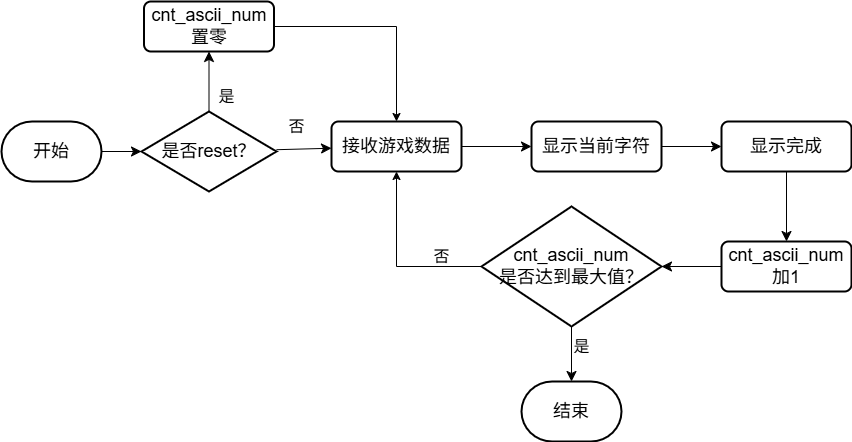
Before: show_game_1_2.png, a diagram exported from draw.io (maple-m117/bysj_etc.). Source tidied: cells renumbered, new cells last; positions are measured from the earlier drawing's top-left corner, leaving out a move shared by most shapes. Source of this version:
```xml
<mxGraphModel>
  <root>
    <mxCell id="0" />
    <mxCell id="1" parent="0" />
    <mxCell id="2" style="edgeStyle=none;curved=1;rounded=1;jettySize=auto;html=1;fontSize=12;startSize=8;endSize=8;labelBackgroundColor=none;fontColor=default;" parent="1" edge="1" source="3" target="15">
      <mxGeometry relative="1" as="geometry" />
    </mxCell>
    <mxCell id="3" value="&lt;font style=&quot;font-size: 18px;&quot;&gt;开始&lt;/font&gt;" style="strokeWidth=2;html=1;shape=mxgraph.flowchart.terminator;whiteSpace=wrap;labelBackgroundColor=none;rounded=1;" parent="1" vertex="1">
      <mxGeometry y="120" width="100" height="60" as="geometry" />
    </mxCell>
    <mxCell id="4" style="edgeStyle=none;curved=1;rounded=1;jettySize=auto;html=1;fontSize=12;startSize=8;endSize=8;labelBackgroundColor=none;fontColor=default;" parent="1" edge="1" source="5" target="7">
      <mxGeometry relative="1" as="geometry" />
    </mxCell>
    <mxCell id="5" value="&lt;font style=&quot;font-size: 18px;&quot;&gt;接收游戏数据&lt;/font&gt;" style="rounded=1;whiteSpace=wrap;html=1;absoluteArcSize=1;arcSize=14;strokeWidth=2;labelBackgroundColor=none;" parent="1" vertex="1">
      <mxGeometry x="330" y="120" width="130" height="50" as="geometry" />
    </mxCell>
    <mxCell id="6" style="edgeStyle=none;curved=1;rounded=1;jettySize=auto;html=1;fontSize=12;startSize=8;endSize=8;labelBackgroundColor=none;fontColor=default;" parent="1" edge="1" source="7" target="9">
      <mxGeometry relative="1" as="geometry" />
    </mxCell>
    <mxCell id="7" value="&lt;font style=&quot;font-size: 18px;&quot;&gt;显示当前字符&lt;/font&gt;" style="rounded=1;whiteSpace=wrap;html=1;absoluteArcSize=1;arcSize=14;strokeWidth=2;labelBackgroundColor=none;" parent="1" vertex="1">
      <mxGeometry x="530" y="120" width="130" height="50" as="geometry" />
    </mxCell>
    <mxCell id="8" style="edgeStyle=none;curved=1;rounded=1;jettySize=auto;html=1;fontSize=12;startSize=8;endSize=8;labelBackgroundColor=none;fontColor=default;" parent="1" edge="1" source="9" target="11">
      <mxGeometry relative="1" as="geometry" />
    </mxCell>
    <mxCell id="9" value="&lt;span style=&quot;font-size: 18px;&quot;&gt;显示完成&lt;/span&gt;" style="rounded=1;whiteSpace=wrap;html=1;absoluteArcSize=1;arcSize=14;strokeWidth=2;labelBackgroundColor=none;" parent="1" vertex="1">
      <mxGeometry x="720" y="120" width="130" height="50" as="geometry" />
    </mxCell>
    <mxCell id="10" style="edgeStyle=none;curved=1;rounded=1;jettySize=auto;html=1;fontSize=12;startSize=8;endSize=8;" parent="1" edge="1" source="11" target="22">
      <mxGeometry relative="1" as="geometry" />
    </mxCell>
    <mxCell id="11" value="&lt;font style=&quot;font-size: 18px;&quot;&gt;cnt_ascii_num加1&lt;/font&gt;" style="rounded=1;whiteSpace=wrap;html=1;absoluteArcSize=1;arcSize=14;strokeWidth=2;labelBackgroundColor=none;" parent="1" vertex="1">
      <mxGeometry x="720" y="240" width="130" height="50" as="geometry" />
    </mxCell>
    <mxCell id="12" value="&lt;font style=&quot;font-size: 18px;&quot;&gt;结束&lt;/font&gt;" style="strokeWidth=2;html=1;shape=mxgraph.flowchart.terminator;whiteSpace=wrap;labelBackgroundColor=none;rounded=1;" parent="1" vertex="1">
      <mxGeometry x="520" y="380" width="100" height="60" as="geometry" />
    </mxCell>
    <mxCell id="13" style="edgeStyle=none;curved=1;rounded=1;jettySize=auto;html=1;fontSize=12;startSize=8;endSize=8;labelBackgroundColor=none;fontColor=default;" parent="1" edge="1" source="15" target="5">
      <mxGeometry relative="1" as="geometry" />
    </mxCell>
    <mxCell id="14" style="edgeStyle=none;curved=1;rounded=1;jettySize=auto;html=1;exitX=0.5;exitY=0;exitDx=0;exitDy=0;exitPerimeter=0;fontSize=12;startSize=8;endSize=8;labelBackgroundColor=none;fontColor=default;" parent="1" edge="1" source="15" target="19">
      <mxGeometry relative="1" as="geometry" />
    </mxCell>
    <mxCell id="15" value="&lt;font style=&quot;font-size: 18px;&quot;&gt;是否reset？&lt;/font&gt;" style="strokeWidth=2;html=1;shape=mxgraph.flowchart.decision;whiteSpace=wrap;labelBackgroundColor=none;rounded=1;" parent="1" vertex="1">
      <mxGeometry x="140" y="110" width="135" height="80" as="geometry" />
    </mxCell>
    <mxCell id="16" value="否" style="text;html=1;align=center;verticalAlign=middle;strokeColor=none;fillColor=none;fontSize=16;labelBackgroundColor=none;rounded=1;" parent="1" vertex="1">
      <mxGeometry x="275" y="110" width="40" height="30" as="geometry" />
    </mxCell>
    <mxCell id="17" value="是" style="text;html=1;align=center;verticalAlign=middle;strokeColor=none;fillColor=none;fontSize=16;labelBackgroundColor=none;rounded=1;arcSize=50;" parent="1" vertex="1">
      <mxGeometry x="205" y="80" width="40" height="30" as="geometry" />
    </mxCell>
    <mxCell id="18" style="edgeStyle=orthogonalEdgeStyle;rounded=0;jettySize=auto;html=1;exitX=1;exitY=0.5;exitDx=0;exitDy=0;entryX=0.5;entryY=0;entryDx=0;entryDy=0;" parent="1" edge="1" source="19" target="5">
      <mxGeometry relative="1" as="geometry" />
    </mxCell>
    <mxCell id="19" value="&lt;span style=&quot;font-size: 18px;&quot;&gt;cnt_ascii_num置零&lt;/span&gt;" style="rounded=1;whiteSpace=wrap;html=1;absoluteArcSize=1;arcSize=14;strokeWidth=2;labelBackgroundColor=none;" parent="1" vertex="1">
      <mxGeometry x="142.5" width="130" height="50" as="geometry" />
    </mxCell>
    <mxCell id="20" style="edgeStyle=none;curved=1;rounded=1;jettySize=auto;html=1;fontSize=12;startSize=8;endSize=8;" parent="1" edge="1" source="22" target="12">
      <mxGeometry relative="1" as="geometry" />
    </mxCell>
    <mxCell id="21" style="edgeStyle=orthogonalEdgeStyle;rounded=0;jettySize=auto;html=1;exitX=0;exitY=0.5;exitDx=0;exitDy=0;exitPerimeter=0;entryX=0.5;entryY=1;entryDx=0;entryDy=0;" parent="1" edge="1" source="22" target="5">
      <mxGeometry relative="1" as="geometry" />
    </mxCell>
    <mxCell id="22" value="&lt;font style=&quot;font-size: 18px;&quot;&gt;cnt_ascii_num&lt;/font&gt;&lt;div&gt;&lt;font style=&quot;font-size: 18px;&quot;&gt;是否达到最大值？&lt;/font&gt;&lt;/div&gt;" style="strokeWidth=2;html=1;shape=mxgraph.flowchart.decision;whiteSpace=wrap;rounded=1;" parent="1" vertex="1">
      <mxGeometry x="480" y="205" width="180" height="120" as="geometry" />
    </mxCell>
    <mxCell id="23" value="是" style="text;html=1;align=center;verticalAlign=middle;strokeColor=none;fillColor=none;fontSize=16;" parent="1" vertex="1">
      <mxGeometry x="560" y="330" width="40" height="30" as="geometry" />
    </mxCell>
    <mxCell id="24" value="否" style="text;html=1;align=center;verticalAlign=middle;strokeColor=none;fillColor=none;fontSize=16;" parent="1" vertex="1">
      <mxGeometry x="420" y="240" width="40" height="30" as="geometry" />
    </mxCell>
  </root>
</mxGraphModel>
```
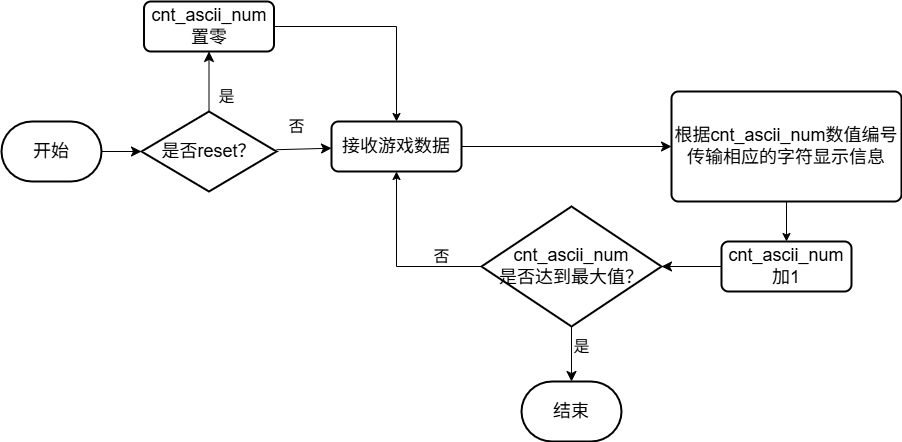
After the commit.

Diff of the diagram source:
```diff
@@ -14,18 +14,12 @@
     <mxCell id="5" value="&lt;font style=&quot;font-size: 18px;&quot;&gt;接收游戏数据&lt;/font&gt;" style="rounded=1;whiteSpace=wrap;html=1;absoluteArcSize=1;arcSize=14;strokeWidth=2;labelBackgroundColor=none;" parent="1" vertex="1">
       <mxGeometry x="330" y="120" width="130" height="50" as="geometry" />
     </mxCell>
-    <mxCell id="6" style="edgeStyle=none;curved=1;rounded=1;jettySize=auto;html=1;fontSize=12;startSize=8;endSize=8;labelBackgroundColor=none;fontColor=default;" parent="1" edge="1" source="7" target="9">
-      <mxGeometry relative="1" as="geometry" />
-    </mxCell>
+    <mxCell id="25" style="edgeStyle=orthogonalEdgeStyle;rounded=0;jettySize=auto;html=1;" parent="1" edge="1" source="7" target="11">
+      <mxGeometry relative="1" as="geometry" />
+    </mxCell>
-    <mxCell id="7" value="&lt;font style=&quot;font-size: 18px;&quot;&gt;显示当前字符&lt;/font&gt;" style="rounded=1;whiteSpace=wrap;html=1;absoluteArcSize=1;arcSize=14;strokeWidth=2;labelBackgroundColor=none;" parent="1" vertex="1">
-      <mxGeometry x="530" y="120" width="130" height="50" as="geometry" />
+    <mxCell id="7" value="&lt;span style=&quot;font-size: 18px;&quot;&gt;根据cnt_ascii_num数值编号&lt;/span&gt;&lt;div&gt;&lt;span style=&quot;font-size: 18px;&quot;&gt;传输相应的字符显示信息&lt;/span&gt;&lt;/div&gt;" style="rounded=1;whiteSpace=wrap;html=1;absoluteArcSize=1;arcSize=14;strokeWidth=2;labelBackgroundColor=none;" parent="1" vertex="1">
+      <mxGeometry x="670" y="90" width="230" height="110" as="geometry" />
     </mxCell>
-    <mxCell id="8" style="edgeStyle=none;curved=1;rounded=1;jettySize=auto;html=1;fontSize=12;startSize=8;endSize=8;labelBackgroundColor=none;fontColor=default;" parent="1" edge="1" source="9" target="11">
-      <mxGeometry relative="1" as="geometry" />
-    </mxCell>
-    <mxCell id="9" value="&lt;span style=&quot;font-size: 18px;&quot;&gt;显示完成&lt;/span&gt;" style="rounded=1;whiteSpace=wrap;html=1;absoluteArcSize=1;arcSize=14;strokeWidth=2;labelBackgroundColor=none;" parent="1" vertex="1">
-      <mxGeometry x="720" y="120" width="130" height="50" as="geometry" />
-    </mxCell>
     <mxCell id="10" style="edgeStyle=none;curved=1;rounded=1;jettySize=auto;html=1;fontSize=12;startSize=8;endSize=8;" parent="1" edge="1" source="11" target="22">
       <mxGeometry relative="1" as="geometry" />
     </mxCell>
```
